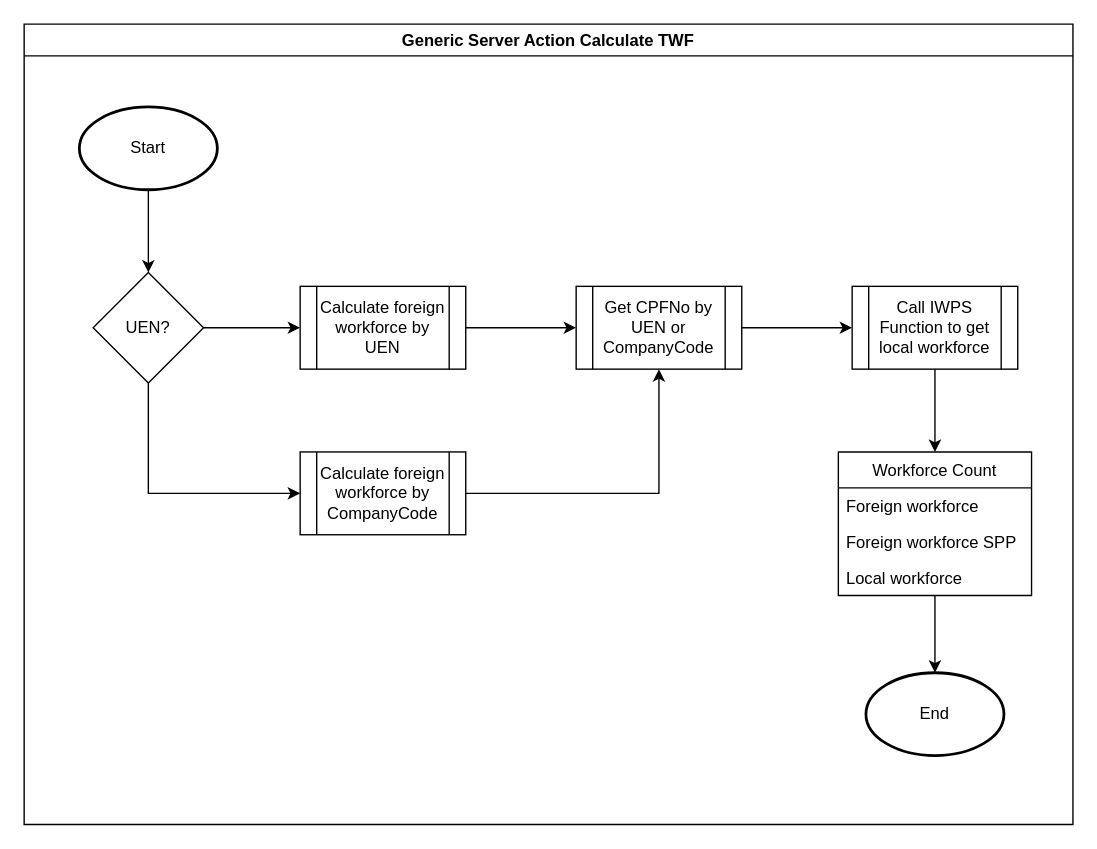
Above: GenericServerActionCalculateTWF.drawio in willyip2377/DrawIo (draw.io), before the change. Source tidied: cells renumbered, new cells numbered last; positions are measured from the earlier drawing's top-left corner, leaving out a move shared by most shapes. Both pictures are drawn from the tidied source at 138%, with x=0, y=0 at pixel (23, 23).
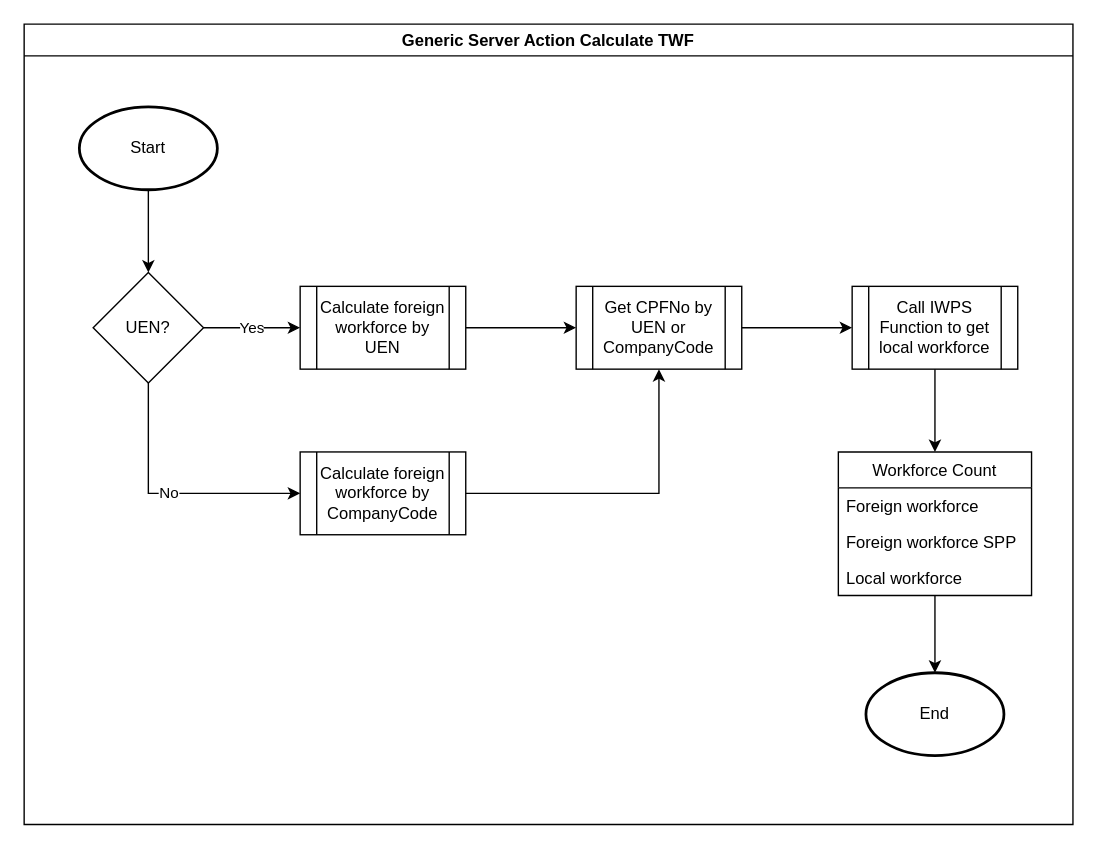
After the change.

Unchanged cells that the change refers to:
```xml
<mxCell id="2" value="Generic Server Action Calculate TWF" style="swimlane;" parent="1" vertex="1">
  <mxGeometry width="760" height="580" as="geometry" />
</mxCell>
<mxCell id="7" value="UEN?" style="rhombus;whiteSpace=wrap;html=1;" parent="2" vertex="1">
  <mxGeometry x="50" y="180" width="80" height="80" as="geometry" />
</mxCell>
<mxCell id="9" value="Calculate foreign workforce by UEN" style="shape=process;whiteSpace=wrap;html=1;backgroundOutline=1;" parent="2" vertex="1">
  <mxGeometry x="200" y="190" width="120" height="60" as="geometry" />
</mxCell>
<mxCell id="11" value="Calculate foreign workforce by CompanyCode" style="shape=process;whiteSpace=wrap;html=1;backgroundOutline=1;" parent="2" vertex="1">
  <mxGeometry x="200" y="310" width="120" height="60" as="geometry" />
</mxCell>
```

Change to the diagram source:
```diff
@@
-    <mxCell id="5" style="edgeStyle=orthogonalEdgeStyle;rounded=0;jettySize=auto;html=1;" parent="2" edge="1" source="7" target="9">
+    <mxCell id="5" value="Yes" style="edgeStyle=orthogonalEdgeStyle;rounded=0;jettySize=auto;html=1;" parent="2" edge="1" source="7" target="9">
       <mxGeometry relative="1" as="geometry" />
     </mxCell>
-    <mxCell id="6" style="edgeStyle=orthogonalEdgeStyle;rounded=0;jettySize=auto;html=1;exitX=0.5;exitY=1;exitDx=0;exitDy=0;entryX=0;entryY=0.5;entryDx=0;entryDy=0;" parent="2" edge="1" source="7" target="11">
+    <mxCell id="6" value="No" style="edgeStyle=orthogonalEdgeStyle;rounded=0;jettySize=auto;html=1;exitX=0.5;exitY=1;exitDx=0;exitDy=0;entryX=0;entryY=0.5;entryDx=0;entryDy=0;" parent="2" edge="1" source="7" target="11">
       <mxGeometry relative="1" as="geometry" />
     </mxCell>
```
